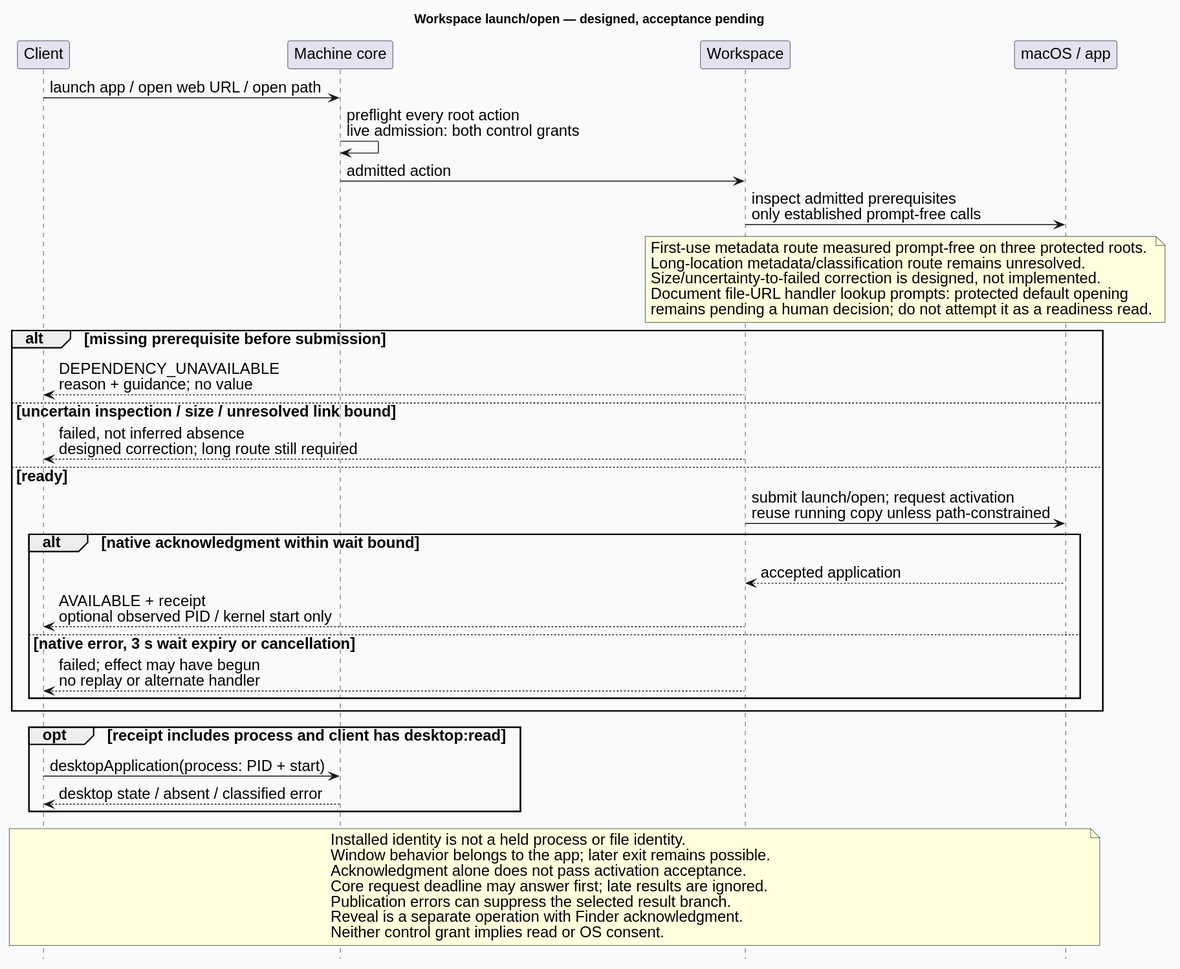
Earlier version of the PlantUML export docs/design/architecture/workspace-open.svg (Linkuistics/Koine).
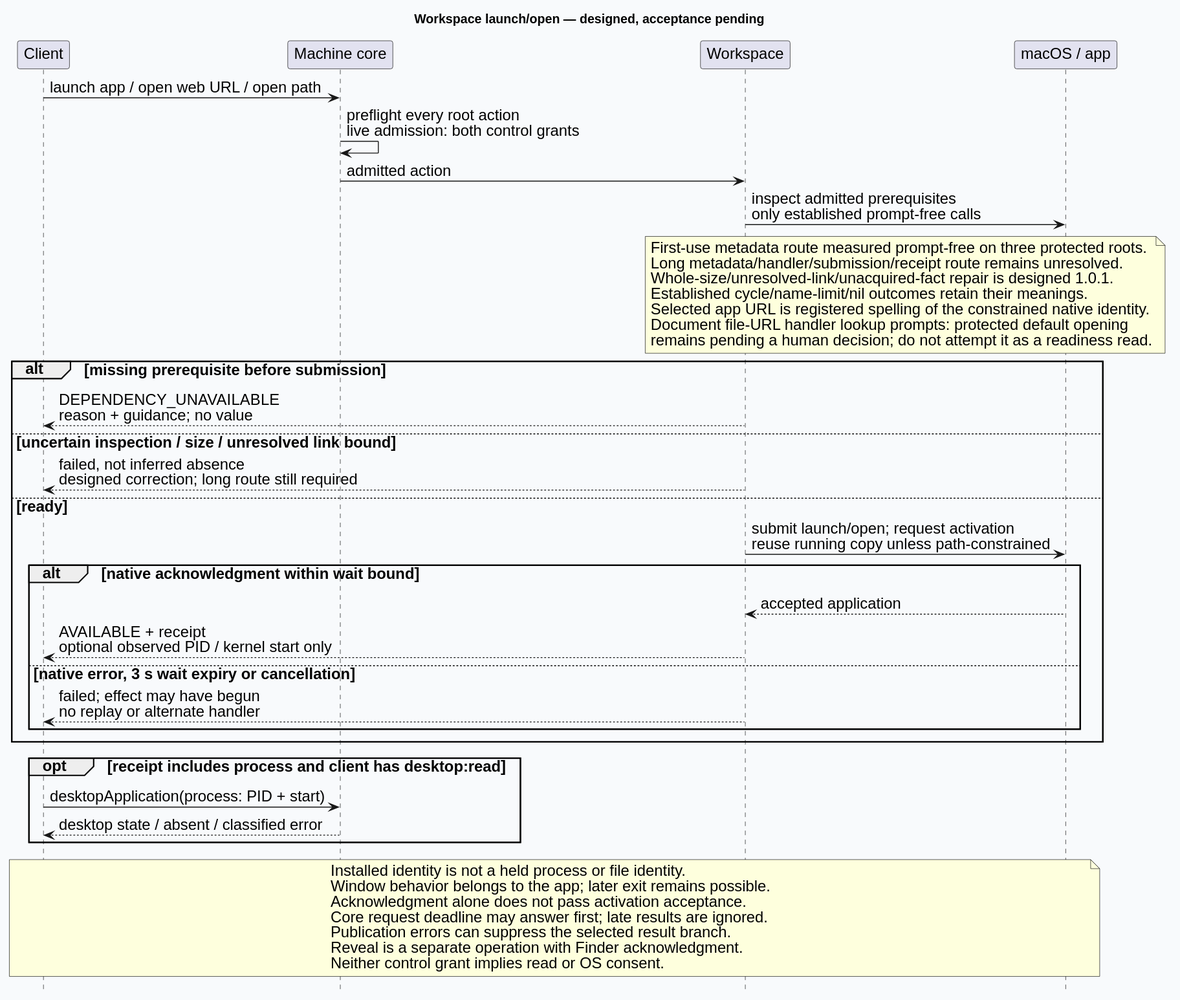
The same diagram one commit later.

Diff of the diagram source:
```diff
@@ -15,8 +15,10 @@
 Workspace -> Native: inspect admitted prerequisites\nonly established prompt-free calls
 note over Workspace,Native
 First-use metadata route measured prompt-free on three protected roots.
-Long-location metadata/classification route remains unresolved.
-Size/uncertainty-to-failed correction is designed, not implemented.
+Long metadata/handler/submission/receipt route remains unresolved.
+Whole-size/unresolved-link/unacquired-fact repair is designed 1.0.1.
+Established cycle/name-limit/nil outcomes retain their meanings.
+Selected app URL is registered spelling of the constrained native identity.
 Document file-URL handler lookup prompts: protected default opening
 remains pending a human decision; do not attempt it as a readiness read.
 end note
```
